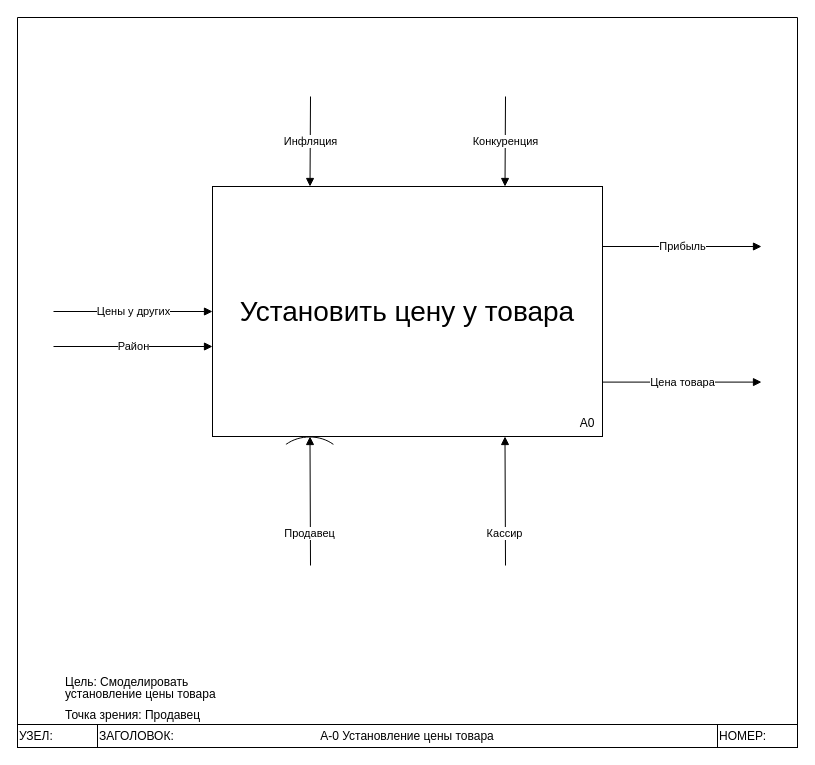
Earlier version of the draw.io diagram page "Страница — 1" (1 of 2) of draw_io/idef0.drawio (Dimj1k/Works). Source tidied: cells renumbered, new cells numbered last; positions are measured from the earlier drawing's top-left corner, leaving out a move shared by most shapes. Both pictures are drawn from the tidied source at 100%, with x=0, y=0 at pixel (17, 17).
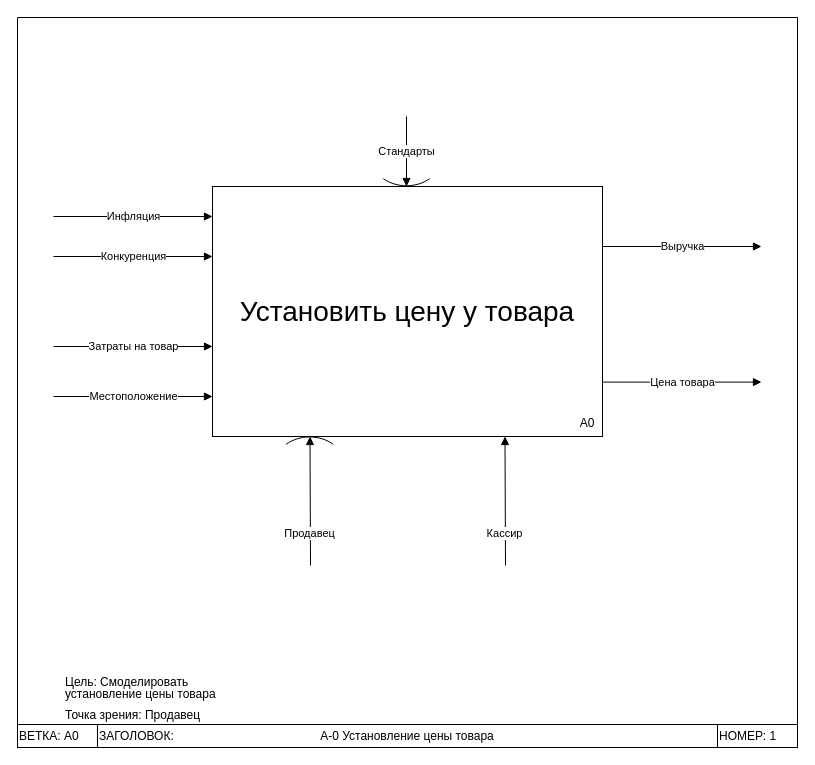
Above is the later version.

The change refers to these unchanged cells:
```xml
<mxCell id="2" style="swimlane;direction=west;" parent="1" vertex="1">
  <mxGeometry width="780" height="730" as="geometry" />
</mxCell>
<mxCell id="16" value="&lt;font style=&quot;font-size: 28px;&quot;&gt;Установить цену у товара&lt;/font&gt;" style="rounded=0;whiteSpace=wrap;html=1;" parent="15" vertex="1">
  <mxGeometry width="390" height="250" as="geometry" />
</mxCell>
```

Diff of the diagram source:
```diff
@@
-    <mxCell id="3" value="УЗЕЛ:" style="text;html=1;strokeColor=default;fillColor=none;align=left;verticalAlign=middle;whiteSpace=wrap;rounded=0;glass=0;" parent="2" vertex="1">
+    <mxCell id="3" value="ВЕТКА: А0" style="text;html=1;strokeColor=default;fillColor=none;align=left;verticalAlign=middle;whiteSpace=wrap;rounded=0;glass=0;" parent="2" vertex="1">
       <mxGeometry y="707" width="80" height="23" as="geometry" />
     </mxCell>
-    <mxCell id="4" value="НОМЕР:" style="text;html=1;strokeColor=default;fillColor=none;align=left;verticalAlign=middle;whiteSpace=wrap;rounded=0;glass=0;" parent="2" vertex="1">
+    <mxCell id="4" value="НОМЕР: 1" style="text;html=1;strokeColor=default;fillColor=none;align=left;verticalAlign=middle;whiteSpace=wrap;rounded=0;glass=0;" parent="2" vertex="1">
       <mxGeometry x="700" y="707" width="80" height="23" as="geometry" />
     </mxCell>
@@
-    <mxCell id="8" value="Прибыль" style="endArrow=block;html=1;rounded=0;labelBackgroundColor=default;strokeColor=default;fontFamily=Helvetica;fontSize=11;fontColor=default;shape=connector;endFill=1;entryX=0;entryY=0.5;entryDx=0;entryDy=0;" parent="2" edge="1">
+    <mxCell id="8" value="Выручка" style="endArrow=block;html=1;rounded=0;labelBackgroundColor=default;strokeColor=default;fontFamily=Helvetica;fontSize=11;fontColor=default;shape=connector;endFill=1;entryX=0;entryY=0.5;entryDx=0;entryDy=0;" parent="2" edge="1">
       <mxGeometry relative="1" as="geometry">
         <mxPoint x="585" y="229" as="sourcePoint" />
         <mxPoint x="744" y="229" as="targetPoint" />
       </mxGeometry>
     </mxCell>
@@
-    <mxCell id="13" value="Район" style="endArrow=block;html=1;rounded=0;labelBackgroundColor=default;strokeColor=default;fontFamily=Helvetica;fontSize=11;fontColor=default;shape=connector;endFill=1;entryX=0;entryY=0.5;entryDx=0;entryDy=0;" parent="2" edge="1">
+    <mxCell id="13" value="Местоположение" style="endArrow=block;html=1;rounded=0;labelBackgroundColor=default;strokeColor=default;fontFamily=Helvetica;fontSize=11;fontColor=default;shape=connector;endFill=1;entryX=0;entryY=0.5;entryDx=0;entryDy=0;" parent="2" edge="1">
       <mxGeometry relative="1" as="geometry">
-        <mxPoint x="36" y="329" as="sourcePoint" />
-        <mxPoint x="195" y="329" as="targetPoint" />
+        <mxPoint x="36" y="379" as="sourcePoint" />
+        <mxPoint x="195" y="379" as="targetPoint" />
       </mxGeometry>
     </mxCell>
-    <mxCell id="14" value="Инфляция" style="endArrow=block;html=1;rounded=0;labelBackgroundColor=default;strokeColor=default;fontFamily=Helvetica;fontSize=11;fontColor=default;shape=connector;endFill=1;entryX=0.25;entryY=0;entryDx=0;entryDy=0;" parent="2" edge="1" target="16">
+    <mxCell id="14" value="Инфляция" style="endArrow=block;html=1;rounded=0;labelBackgroundColor=default;strokeColor=default;fontFamily=Helvetica;fontSize=11;fontColor=default;shape=connector;endFill=1;entryX=0;entryY=0.5;entryDx=0;entryDy=0;" parent="2" edge="1">
       <mxGeometry relative="1" as="geometry">
-        <mxPoint x="293" y="79" as="sourcePoint" />
+        <mxPoint x="36" y="199" as="sourcePoint" />
+        <mxPoint x="195" y="199" as="targetPoint" />
       </mxGeometry>
     </mxCell>
+    <mxCell id="23" value="Конкуренция" style="endArrow=block;html=1;rounded=0;labelBackgroundColor=default;strokeColor=default;fontFamily=Helvetica;fontSize=11;fontColor=default;shape=connector;endFill=1;entryX=0;entryY=0.5;entryDx=0;entryDy=0;" parent="2" edge="1">
+      <mxGeometry relative="1" as="geometry">
+        <mxPoint x="36" y="239" as="sourcePoint" />
+        <mxPoint x="195" y="239" as="targetPoint" />
+      </mxGeometry>
+    </mxCell>
+    <mxCell id="22" value="Затраты на товар" style="endArrow=block;html=1;rounded=0;labelBackgroundColor=default;strokeColor=default;fontFamily=Helvetica;fontSize=11;fontColor=default;shape=connector;endFill=1;entryX=0;entryY=0.5;entryDx=0;entryDy=0;" parent="2" edge="1">
+      <mxGeometry relative="1" as="geometry">
+        <mxPoint x="36" y="329" as="sourcePoint" />
+        <mxPoint x="195" y="329" as="targetPoint" />
+      </mxGeometry>
+    </mxCell>
+    <mxCell id="24" style="whiteSpace=wrap;html=1;shape=mxgraph.basic.pointed_oval;fontFamily=Helvetica;fontSize=11;fontColor=default;rotation=90;flipH=1;flipV=0;" parent="2" vertex="1">
+      <mxGeometry x="379" y="137" width="20" height="47.5" as="geometry" />
+    </mxCell>
+    <mxCell id="25" style="rounded=0;whiteSpace=wrap;html=1;fontFamily=Helvetica;fontSize=11;fontColor=default;strokeColor=none;" parent="2" vertex="1">
+      <mxGeometry x="355" y="131" width="70" height="30" as="geometry" />
+    </mxCell>
+    <mxCell id="26" value="Стандарты" style="endArrow=block;html=1;rounded=0;labelBackgroundColor=default;strokeColor=default;fontFamily=Helvetica;fontSize=11;fontColor=default;shape=connector;endFill=1;entryX=0.5;entryY=0;entryDx=0;entryDy=0;" parent="2" edge="1">
+      <mxGeometry x="-0.01" relative="1" as="geometry">
+        <mxPoint x="389" y="99" as="sourcePoint" />
+        <mxPoint x="389" y="169" as="targetPoint" />
+      </mxGeometry>
+    </mxCell>
@@
-    <mxCell id="22" value="Цены у других" style="endArrow=block;html=1;rounded=0;labelBackgroundColor=default;strokeColor=default;fontFamily=Helvetica;fontSize=11;fontColor=default;shape=connector;endFill=1;entryX=0;entryY=0.5;entryDx=0;entryDy=0;" parent="1" edge="1" target="16">
-      <mxGeometry relative="1" as="geometry">
-        <mxPoint x="36" y="294" as="sourcePoint" />
-      </mxGeometry>
-    </mxCell>
-    <mxCell id="23" value="Конкуренция" style="endArrow=block;html=1;rounded=0;labelBackgroundColor=default;strokeColor=default;fontFamily=Helvetica;fontSize=11;fontColor=default;shape=connector;endFill=1;entryX=0.75;entryY=0;entryDx=0;entryDy=0;" parent="1" edge="1" target="16">
-      <mxGeometry relative="1" as="geometry">
-        <mxPoint x="488" y="79" as="sourcePoint" />
-      </mxGeometry>
-    </mxCell>
```
